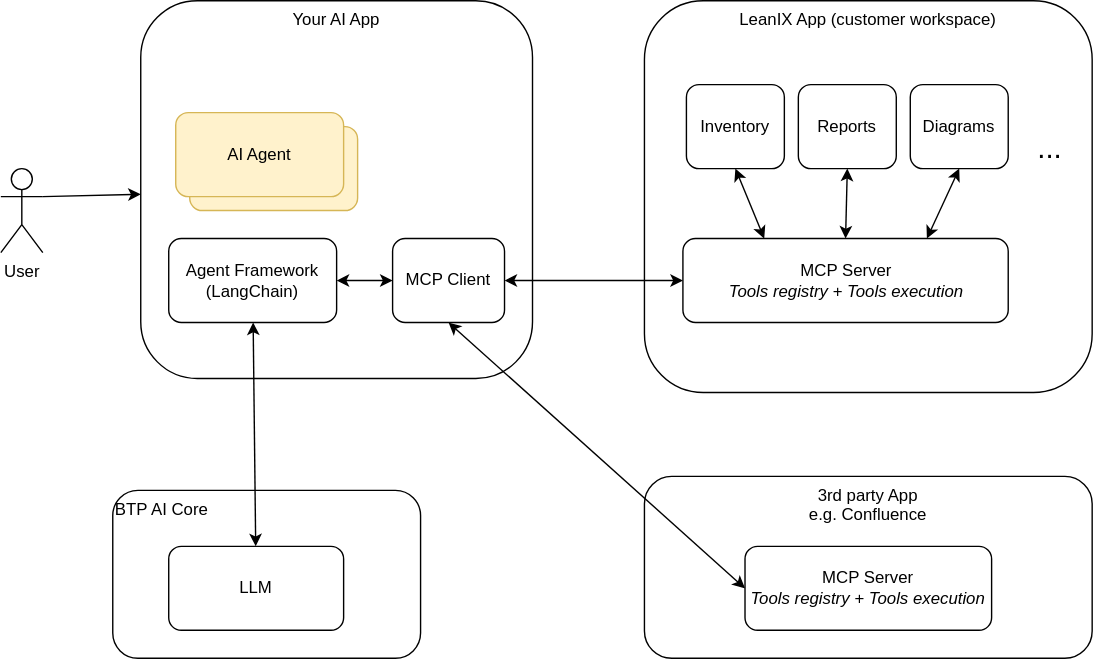
The draw.io diagram images/mcp-ai-app.drawio.svg in SAP-samples/teched2025-BTM260, before a commit. Source tidied: cells renumbered, new cells last; positions are measured from the earlier drawing's top-left corner, leaving out a move shared by most shapes. The source it was exported from:
```xml
<mxGraphModel>
  <root>
    <mxCell id="0" />
    <mxCell id="1" parent="0" />
    <mxCell id="2" value="BTP AI Core" style="rounded=1;whiteSpace=wrap;html=1;verticalAlign=top;align=left;" parent="1" vertex="1">
      <mxGeometry x="80" y="350" width="220" height="120" as="geometry" />
    </mxCell>
    <mxCell id="3" value="LeanIX App (customer workspace)" style="rounded=1;whiteSpace=wrap;html=1;verticalAlign=top;" parent="1" vertex="1">
      <mxGeometry x="460" width="320" height="280" as="geometry" />
    </mxCell>
    <mxCell id="4" value="Your AI App" style="rounded=1;verticalAlign=top;" parent="1" vertex="1">
      <mxGeometry x="100" width="280" height="270" as="geometry" />
    </mxCell>
    <mxCell id="5" style="edgeStyle=none;html=1;exitX=1;exitY=0.5;exitDx=0;exitDy=0;startArrow=classic;startFill=1;" parent="1" edge="1" source="6" target="7">
      <mxGeometry relative="1" as="geometry" />
    </mxCell>
    <mxCell id="6" value="MCP Client" style="rounded=1;whiteSpace=wrap;html=1;" parent="1" vertex="1">
      <mxGeometry x="280" y="170" width="80" height="60" as="geometry" />
    </mxCell>
    <mxCell id="7" value="MCP Server&lt;br&gt;&lt;i&gt;Tools registry + Tools execution&lt;/i&gt;" style="rounded=1;whiteSpace=wrap;html=1;" parent="1" vertex="1">
      <mxGeometry x="487.5" y="170" width="232.5" height="60" as="geometry" />
    </mxCell>
    <mxCell id="8" value="&lt;div&gt;LLM&lt;/div&gt;" style="rounded=1;whiteSpace=wrap;html=1;" parent="1" vertex="1">
      <mxGeometry x="120" y="390" width="125" height="60" as="geometry" />
    </mxCell>
    <mxCell id="9" style="edgeStyle=none;html=1;exitX=0.5;exitY=1;exitDx=0;exitDy=0;entryX=0.25;entryY=0;entryDx=0;entryDy=0;startArrow=classic;startFill=1;" parent="1" edge="1" source="10" target="7">
      <mxGeometry relative="1" as="geometry" />
    </mxCell>
    <mxCell id="10" value="Inventory" style="rounded=1;whiteSpace=wrap;html=1;" parent="1" vertex="1">
      <mxGeometry x="490" y="60" width="70" height="60" as="geometry" />
    </mxCell>
    <mxCell id="11" style="edgeStyle=none;html=1;exitX=1;exitY=0.5;exitDx=0;exitDy=0;entryX=0;entryY=0.5;entryDx=0;entryDy=0;startArrow=classic;startFill=1;" parent="1" edge="1" source="12" target="6">
      <mxGeometry relative="1" as="geometry" />
    </mxCell>
    <mxCell id="12" value="Agent Framework (LangChain)" style="rounded=1;whiteSpace=wrap;html=1;" parent="1" vertex="1">
      <mxGeometry x="120" y="170" width="120" height="60" as="geometry" />
    </mxCell>
    <mxCell id="13" style="edgeStyle=none;html=1;startArrow=classic;startFill=1;" parent="1" edge="1" source="12" target="8">
      <mxGeometry relative="1" as="geometry" />
    </mxCell>
    <mxCell id="14" style="edgeStyle=none;html=1;exitX=1;exitY=0.3333333333333333;exitDx=0;exitDy=0;exitPerimeter=0;" parent="1" edge="1" source="15" target="4">
      <mxGeometry relative="1" as="geometry" />
    </mxCell>
    <mxCell id="15" value="User" style="shape=umlActor;verticalLabelPosition=bottom;verticalAlign=top;html=1;outlineConnect=0;" parent="1" vertex="1">
      <mxGeometry y="120" width="30" height="60" as="geometry" />
    </mxCell>
    <mxCell id="16" style="edgeStyle=none;html=1;exitX=0.5;exitY=1;exitDx=0;exitDy=0;entryX=0.5;entryY=0;entryDx=0;entryDy=0;startArrow=classic;startFill=1;" parent="1" edge="1" source="17" target="7">
      <mxGeometry relative="1" as="geometry" />
    </mxCell>
    <mxCell id="17" value="Reports" style="rounded=1;whiteSpace=wrap;html=1;" parent="1" vertex="1">
      <mxGeometry x="570" y="60" width="70" height="60" as="geometry" />
    </mxCell>
    <mxCell id="18" style="edgeStyle=none;html=1;exitX=0.5;exitY=1;exitDx=0;exitDy=0;entryX=0.75;entryY=0;entryDx=0;entryDy=0;startArrow=classic;startFill=1;" parent="1" edge="1" source="19" target="7">
      <mxGeometry relative="1" as="geometry" />
    </mxCell>
    <mxCell id="19" value="Diagrams" style="rounded=1;whiteSpace=wrap;html=1;" parent="1" vertex="1">
      <mxGeometry x="650" y="60" width="70" height="60" as="geometry" />
    </mxCell>
    <mxCell id="20" value="..." style="text;html=1;align=center;verticalAlign=middle;whiteSpace=wrap;rounded=0;fontSize=21;" parent="1" vertex="1">
      <mxGeometry x="720" y="90" width="60" height="30" as="geometry" />
    </mxCell>
    <mxCell id="21" value="3rd party App&lt;div&gt;e.g. Confluence&lt;/div&gt;" style="rounded=1;whiteSpace=wrap;html=1;verticalAlign=top;" parent="1" vertex="1">
      <mxGeometry x="460" y="340" width="320" height="130" as="geometry" />
    </mxCell>
    <mxCell id="22" value="MCP Server&lt;br&gt;&lt;i&gt;Tools registry + Tools execution&lt;/i&gt;" style="rounded=1;whiteSpace=wrap;html=1;" parent="1" vertex="1">
      <mxGeometry x="531.9" y="390" width="176.2" height="60" as="geometry" />
    </mxCell>
    <mxCell id="23" style="edgeStyle=none;html=1;exitX=0.5;exitY=1;exitDx=0;exitDy=0;entryX=0;entryY=0.5;entryDx=0;entryDy=0;startArrow=classic;startFill=1;" parent="1" edge="1" source="6" target="22">
      <mxGeometry relative="1" as="geometry" />
    </mxCell>
    <mxCell id="24" value="AI Agent" style="rounded=1;whiteSpace=wrap;html=1;fillColor=#fff2cc;strokeColor=#d6b656;" parent="1" vertex="1">
      <mxGeometry x="135" y="90" width="120" height="60" as="geometry" />
    </mxCell>
    <mxCell id="25" value="AI Agent" style="rounded=1;whiteSpace=wrap;html=1;fillColor=#fff2cc;strokeColor=#d6b656;" parent="1" vertex="1">
      <mxGeometry x="125" y="80" width="120" height="60" as="geometry" />
    </mxCell>
  </root>
</mxGraphModel>
```
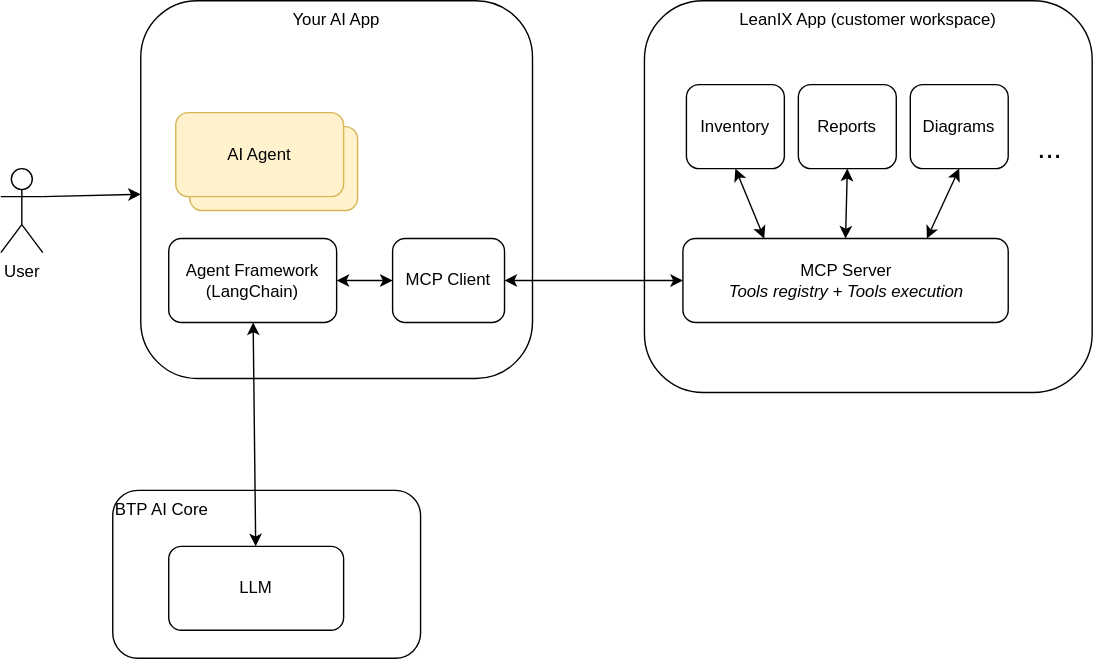
The same file after the commit.

What changed in the source:
```diff
@@ -59,15 +59,6 @@
     <mxCell id="20" value="..." style="text;html=1;align=center;verticalAlign=middle;whiteSpace=wrap;rounded=0;fontSize=21;" parent="1" vertex="1">
       <mxGeometry x="720" y="90" width="60" height="30" as="geometry" />
     </mxCell>
-    <mxCell id="21" value="3rd party App&lt;div&gt;e.g. Confluence&lt;/div&gt;" style="rounded=1;whiteSpace=wrap;html=1;verticalAlign=top;" parent="1" vertex="1">
-      <mxGeometry x="460" y="340" width="320" height="130" as="geometry" />
-    </mxCell>
-    <mxCell id="22" value="MCP Server&lt;br&gt;&lt;i&gt;Tools registry + Tools execution&lt;/i&gt;" style="rounded=1;whiteSpace=wrap;html=1;" parent="1" vertex="1">
-      <mxGeometry x="531.9" y="390" width="176.2" height="60" as="geometry" />
-    </mxCell>
-    <mxCell id="23" style="edgeStyle=none;html=1;exitX=0.5;exitY=1;exitDx=0;exitDy=0;entryX=0;entryY=0.5;entryDx=0;entryDy=0;startArrow=classic;startFill=1;" parent="1" edge="1" source="6" target="22">
-      <mxGeometry relative="1" as="geometry" />
-    </mxCell>
     <mxCell id="24" value="AI Agent" style="rounded=1;whiteSpace=wrap;html=1;fillColor=#fff2cc;strokeColor=#d6b656;" parent="1" vertex="1">
       <mxGeometry x="135" y="90" width="120" height="60" as="geometry" />
     </mxCell>
```
